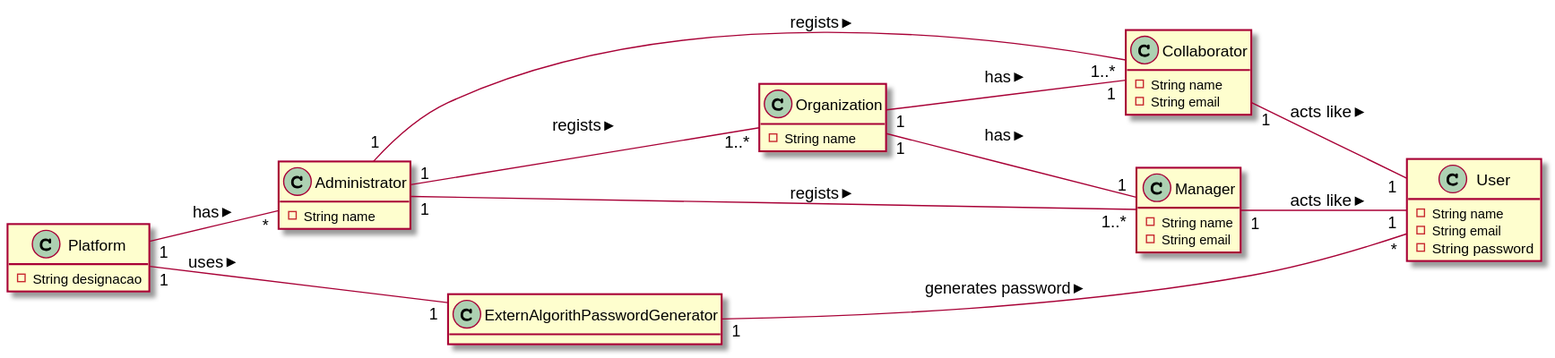
Earlier version of the PlantUML export LAPR2-2020-G010-Application/docs/usecases/UC2/UC2_MD.svg (LourencoMelo/ISEP-LAPR2).
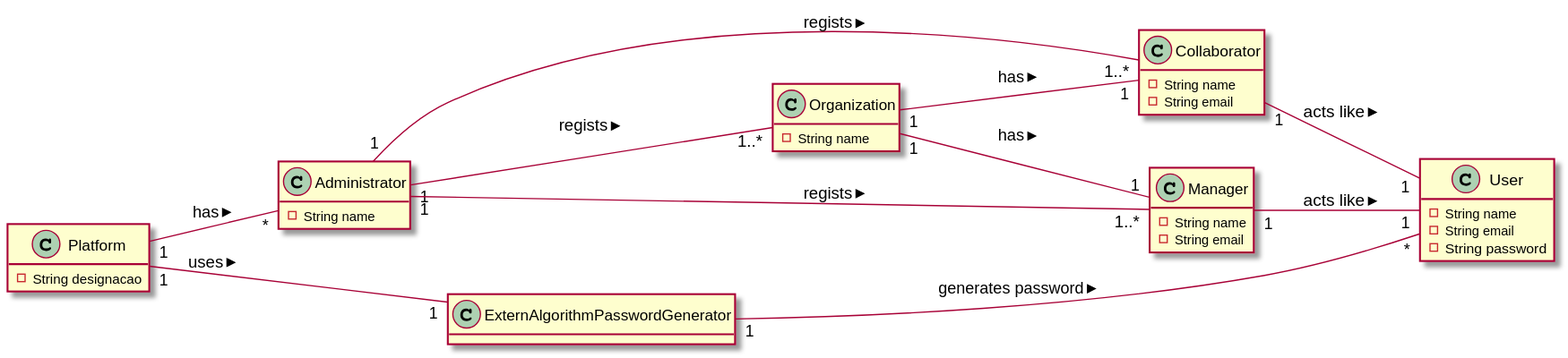
After the change.

Diff of the diagram source:
```diff
@@ -30,7 +30,7 @@
     - String email
     - String password
 }
-class ExternAlgorithPasswordGenerator {
+class ExternAlgorithmPasswordGenerator {
 
 }
 
@@ -40,8 +40,8 @@
 Administrator "1" -- "1..*" Collaborator : regists >
 Manager "1" -- "1" User : acts like >
 Collaborator "1" -- "1" User : acts like >
-Platform "1" -- "1" ExternAlgorithPasswordGenerator : uses >
-ExternAlgorithPasswordGenerator "1" -- "*" User : generates password >
+Platform "1" -- "1" ExternAlgorithmPasswordGenerator : uses >
+ExternAlgorithmPasswordGenerator "1" -- "*" User : generates password >
 Organization "1" -- "1" Manager : has >
 Organization "1" -- "1" Collaborator : has >
 
```
